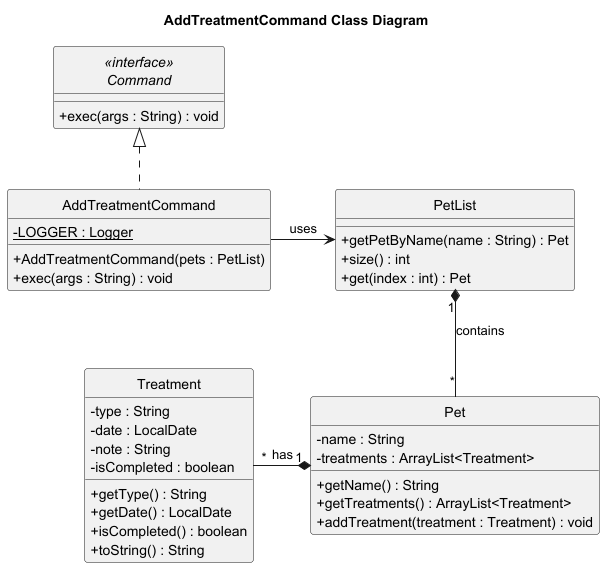
Before: docs/diagrams/AddTreatmentCommand_Class_Diagram.png, a diagram exported from PlantUML (Kevin88866/tp).
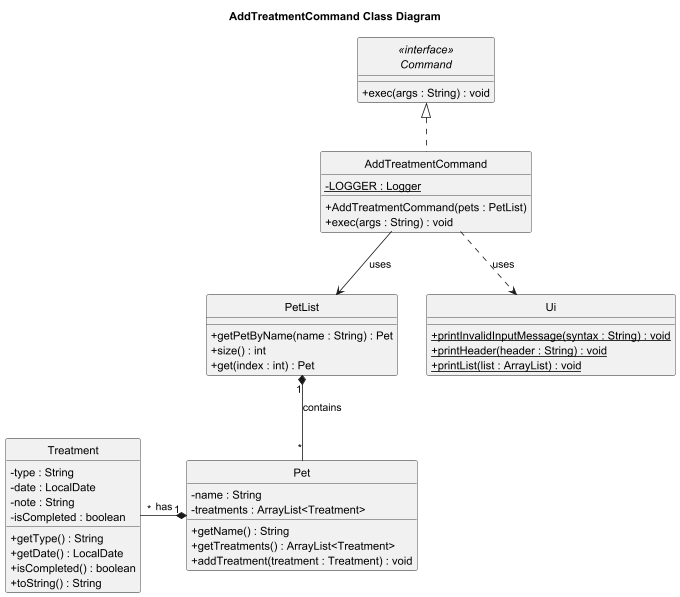
The same diagram one commit later.

What changed in the source:
```diff
@@ -38,8 +38,15 @@
     + toString() : String
 }
 
+class Ui {
+    + {static} printInvalidInputMessage(syntax : String) : void
+    + {static} printHeader(header : String) : void
+    + {static} printList(list : ArrayList) : void
+}
+
 Command <|.. AddTreatmentCommand
-AddTreatmentCommand -right-> PetList : uses
+AddTreatmentCommand -down-> PetList : uses
+AddTreatmentCommand ..> Ui : uses
 PetList "1" *-- "*" Pet : contains
 Pet "1" *-left- "*" Treatment : has
 
```
